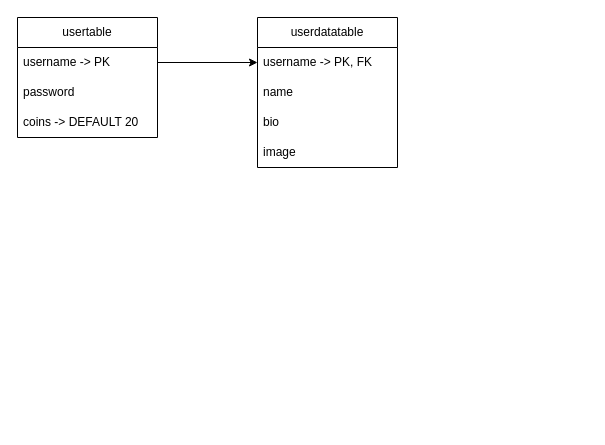
philippchn/WS23_SWEN1_MTCG keeps this draw.io diagram as sql/database.drawio. Above is the earlier version. Source tidied: cells renumbered, new cells numbered last; positions are measured from the earlier drawing's top-left corner, leaving out a move shared by most shapes. Both pictures are drawn from the tidied source at 100%, with x=0, y=0 at pixel (17, 17).
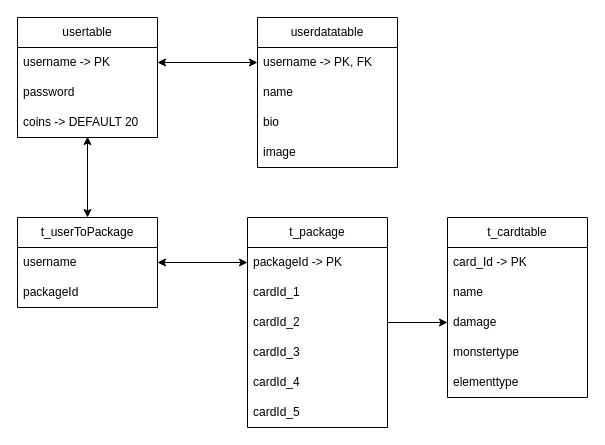
After the change.

The change refers to these unchanged cells:
```xml
<mxCell id="3" value="username -&amp;gt; PK" style="text;strokeColor=none;fillColor=none;align=left;verticalAlign=middle;spacingLeft=4;spacingRight=4;overflow=hidden;points=[[0,0.5],[1,0.5]];portConstraint=eastwest;whiteSpace=wrap;html=1;" parent="2" vertex="1">
  <mxGeometry y="30" width="140" height="30" as="geometry" />
</mxCell>
<mxCell id="5" value="coins -&amp;gt; DEFAULT 20" style="text;strokeColor=none;fillColor=none;align=left;verticalAlign=middle;spacingLeft=4;spacingRight=4;overflow=hidden;points=[[0,0.5],[1,0.5]];portConstraint=eastwest;whiteSpace=wrap;html=1;" parent="2" vertex="1">
  <mxGeometry y="90" width="140" height="30" as="geometry" />
</mxCell>
<mxCell id="7" value="username -&amp;gt; PK, FK" style="text;strokeColor=none;fillColor=none;align=left;verticalAlign=middle;spacingLeft=4;spacingRight=4;overflow=hidden;points=[[0,0.5],[1,0.5]];portConstraint=eastwest;whiteSpace=wrap;html=1;" parent="6" vertex="1">
  <mxGeometry y="30" width="140" height="30" as="geometry" />
</mxCell>
```

What changed in the source:
```diff
@@
-    <mxCell id="11" style="edgeStyle=orthogonalEdgeStyle;rounded=0;jettySize=auto;html=1;exitX=1;exitY=0.5;exitDx=0;exitDy=0;entryX=0;entryY=0.5;entryDx=0;entryDy=0;" parent="1" edge="1" source="3" target="7">
+    <mxCell id="11" style="edgeStyle=orthogonalEdgeStyle;rounded=0;jettySize=auto;html=1;exitX=1;exitY=0.5;exitDx=0;exitDy=0;entryX=0;entryY=0.5;entryDx=0;entryDy=0;startArrow=classic;startFill=1;" parent="1" edge="1" source="3" target="7">
       <mxGeometry relative="1" as="geometry" />
     </mxCell>
+    <mxCell id="12" value="t_cardtable" style="swimlane;fontStyle=0;horizontal=1;startSize=30;whiteSpace=wrap;html=1;" parent="1" vertex="1">
+      <mxGeometry x="430" y="200" width="140" height="180" as="geometry" />
+    </mxCell>
+    <mxCell id="13" value="card_Id -&amp;gt; PK" style="text;strokeColor=none;fillColor=none;align=left;verticalAlign=middle;spacingLeft=4;spacingRight=4;overflow=hidden;whiteSpace=wrap;html=1;" parent="12" vertex="1">
+      <mxGeometry y="30" width="140" height="30" as="geometry" />
+    </mxCell>
+    <mxCell id="14" value="name" style="text;strokeColor=none;fillColor=none;align=left;verticalAlign=middle;spacingLeft=4;spacingRight=4;overflow=hidden;whiteSpace=wrap;html=1;" parent="12" vertex="1">
+      <mxGeometry y="60" width="140" height="30" as="geometry" />
+    </mxCell>
+    <mxCell id="15" value="damage" style="text;strokeColor=none;fillColor=none;align=left;verticalAlign=middle;spacingLeft=4;spacingRight=4;overflow=hidden;points=[[0,0.5],[1,0.5]];portConstraint=eastwest;whiteSpace=wrap;html=1;" parent="12" vertex="1">
+      <mxGeometry y="90" width="140" height="30" as="geometry" />
+    </mxCell>
+    <mxCell id="16" value="monstertype" style="text;strokeColor=none;fillColor=none;align=left;verticalAlign=middle;spacingLeft=4;spacingRight=4;overflow=hidden;whiteSpace=wrap;html=1;" parent="12" vertex="1">
+      <mxGeometry y="120" width="140" height="30" as="geometry" />
+    </mxCell>
+    <mxCell id="17" value="elementtype" style="text;strokeColor=none;fillColor=none;align=left;verticalAlign=middle;spacingLeft=4;spacingRight=4;overflow=hidden;whiteSpace=wrap;html=1;" parent="12" vertex="1">
+      <mxGeometry y="150" width="140" height="30" as="geometry" />
+    </mxCell>
+    <mxCell id="18" value="t_userToPackage" style="swimlane;fontStyle=0;horizontal=1;startSize=30;whiteSpace=wrap;html=1;" parent="1" vertex="1">
+      <mxGeometry y="200" width="140" height="90" as="geometry" />
+    </mxCell>
+    <mxCell id="19" value="username" style="text;strokeColor=none;fillColor=none;align=left;verticalAlign=middle;spacingLeft=4;spacingRight=4;overflow=hidden;points=[[0,0.5],[1,0.5]];portConstraint=eastwest;whiteSpace=wrap;html=1;" parent="18" vertex="1">
+      <mxGeometry y="30" width="140" height="30" as="geometry" />
+    </mxCell>
+    <mxCell id="20" value="packageId" style="text;strokeColor=none;fillColor=none;align=left;verticalAlign=middle;spacingLeft=4;spacingRight=4;overflow=hidden;whiteSpace=wrap;html=1;" parent="18" vertex="1">
+      <mxGeometry y="60" width="140" height="30" as="geometry" />
+    </mxCell>
+    <mxCell id="21" style="edgeStyle=orthogonalEdgeStyle;rounded=0;jettySize=auto;html=1;entryX=0.5;entryY=0.967;entryDx=0;entryDy=0;entryPerimeter=0;startArrow=classic;startFill=1;" parent="1" edge="1" source="18" target="5">
+      <mxGeometry relative="1" as="geometry" />
+    </mxCell>
+    <mxCell id="22" style="edgeStyle=orthogonalEdgeStyle;rounded=0;jettySize=auto;html=1;entryX=0;entryY=0.5;entryDx=0;entryDy=0;" parent="1" edge="1" source="23" target="15">
+      <mxGeometry relative="1" as="geometry" />
+    </mxCell>
+    <mxCell id="23" value="t_package" style="swimlane;fontStyle=0;horizontal=1;startSize=30;whiteSpace=wrap;html=1;" parent="1" vertex="1">
+      <mxGeometry x="230" y="200" width="140" height="210" as="geometry" />
+    </mxCell>
+    <mxCell id="24" value="packageId -&amp;gt; PK" style="text;strokeColor=none;fillColor=none;align=left;verticalAlign=middle;spacingLeft=4;spacingRight=4;overflow=hidden;points=[[0,0.5],[1,0.5]];portConstraint=eastwest;whiteSpace=wrap;html=1;" parent="23" vertex="1">
+      <mxGeometry y="30" width="140" height="30" as="geometry" />
+    </mxCell>
+    <mxCell id="25" value="cardId_1" style="text;strokeColor=none;fillColor=none;align=left;verticalAlign=middle;spacingLeft=4;spacingRight=4;overflow=hidden;whiteSpace=wrap;html=1;" parent="23" vertex="1">
+      <mxGeometry y="60" width="140" height="30" as="geometry" />
+    </mxCell>
+    <mxCell id="26" value="cardId_2" style="text;strokeColor=none;fillColor=none;align=left;verticalAlign=middle;spacingLeft=4;spacingRight=4;overflow=hidden;whiteSpace=wrap;html=1;" parent="23" vertex="1">
+      <mxGeometry y="90" width="140" height="30" as="geometry" />
+    </mxCell>
+    <mxCell id="27" value="cardId_3" style="text;strokeColor=none;fillColor=none;align=left;verticalAlign=middle;spacingLeft=4;spacingRight=4;overflow=hidden;whiteSpace=wrap;html=1;" parent="23" vertex="1">
+      <mxGeometry y="120" width="140" height="30" as="geometry" />
+    </mxCell>
+    <mxCell id="28" value="cardId_4" style="text;strokeColor=none;fillColor=none;align=left;verticalAlign=middle;spacingLeft=4;spacingRight=4;overflow=hidden;whiteSpace=wrap;html=1;" parent="23" vertex="1">
+      <mxGeometry y="150" width="140" height="30" as="geometry" />
+    </mxCell>
+    <mxCell id="29" value="cardId_5" style="text;strokeColor=none;fillColor=none;align=left;verticalAlign=middle;spacingLeft=4;spacingRight=4;overflow=hidden;whiteSpace=wrap;html=1;" parent="23" vertex="1">
+      <mxGeometry y="180" width="140" height="30" as="geometry" />
+    </mxCell>
+    <mxCell id="30" style="endArrow=classic;startArrow=classic;html=1;rounded=0;entryX=1;entryY=0.5;entryDx=0;entryDy=0;exitX=0;exitY=0.5;exitDx=0;exitDy=0;" parent="1" edge="1" source="24" target="19">
+      <mxGeometry relative="1" as="geometry" />
+    </mxCell>
```
